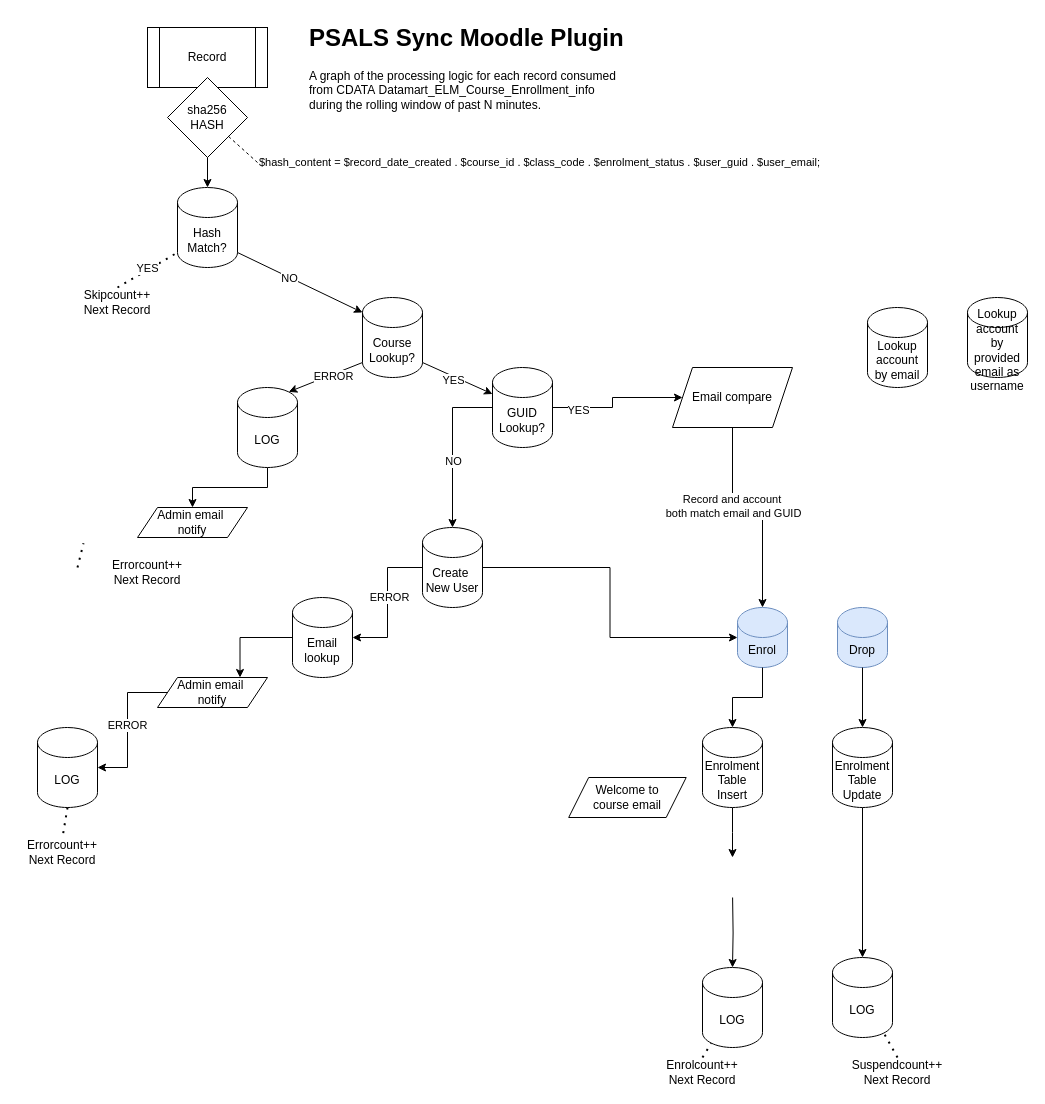
Above: PSALS-Sync-Record-Processing.drawio in bcgov/psaelmsync (draw.io), before the change. Source tidied: cells renumbered, new cells numbered last; positions are measured from the earlier drawing's top-left corner, leaving out a move shared by most shapes. Both pictures are drawn from the tidied source at 100%, with x=0, y=0 at pixel (17, 17).
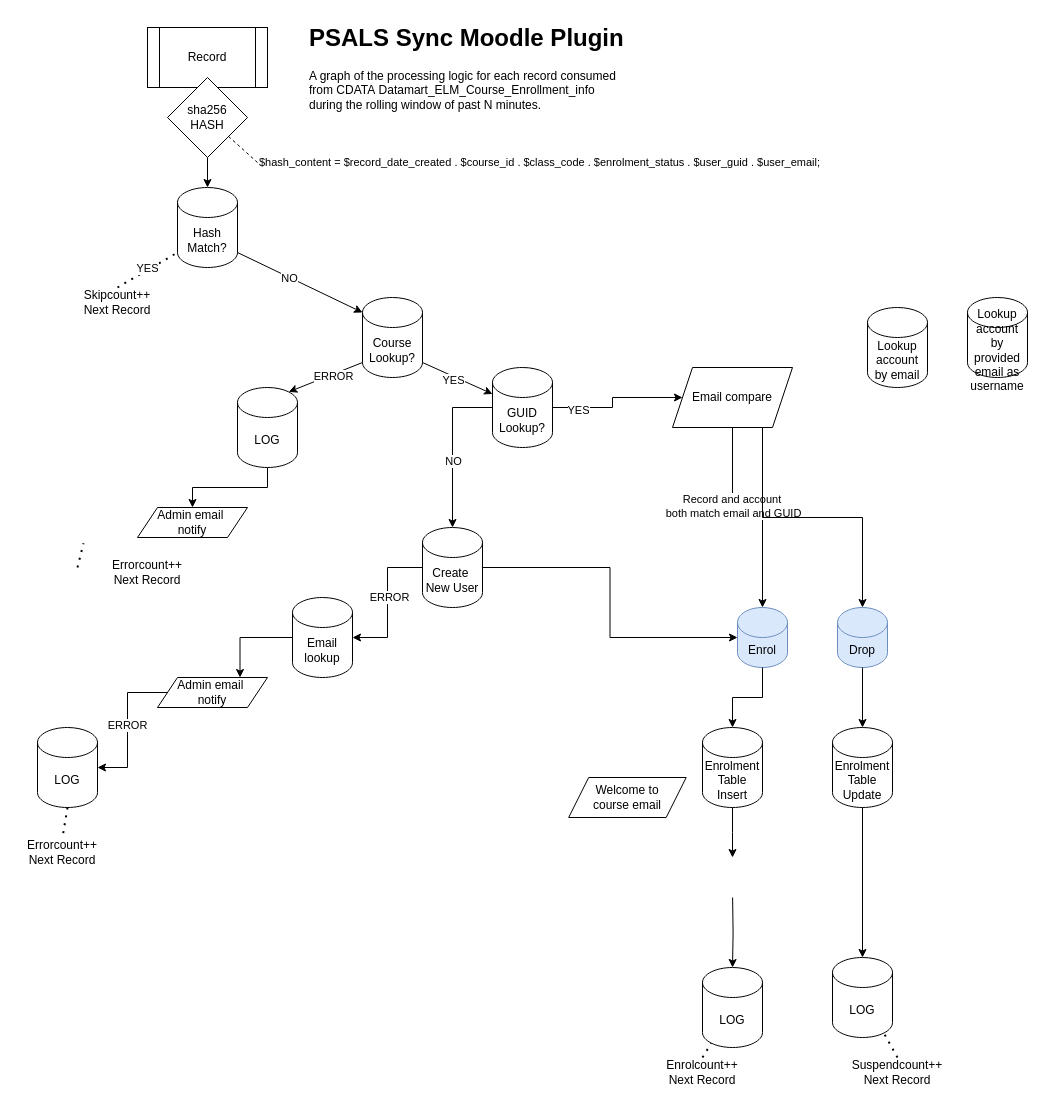
The same diagram, later.

Commit message:
Start adding email verification lookups

The change refers to these unchanged cells:
```xml
<mxCell id="39" value="Drop" style="shape=cylinder3;whiteSpace=wrap;html=1;boundedLbl=1;backgroundOutline=1;size=15;fillColor=#dae8fc;strokeColor=#6c8ebf;" parent="1" vertex="1">
  <mxGeometry x="820" y="590" width="50" height="60" as="geometry" />
</mxCell>
<mxCell id="57" value="Email compare" style="shape=parallelogram;perimeter=parallelogramPerimeter;whiteSpace=wrap;html=1;fixedSize=1;" parent="1" vertex="1">
  <mxGeometry x="655" y="350" width="120" height="60" as="geometry" />
</mxCell>
```

What changed in the source:
```diff
@@
+    <mxCell id="62" style="edgeStyle=orthogonalEdgeStyle;rounded=0;jettySize=auto;html=1;exitX=0.75;exitY=1;exitDx=0;exitDy=0;entryX=0.5;entryY=0;entryDx=0;entryDy=0;entryPerimeter=0;" parent="1" edge="1" source="57" target="39">
+      <mxGeometry relative="1" as="geometry" />
+    </mxCell>
```
